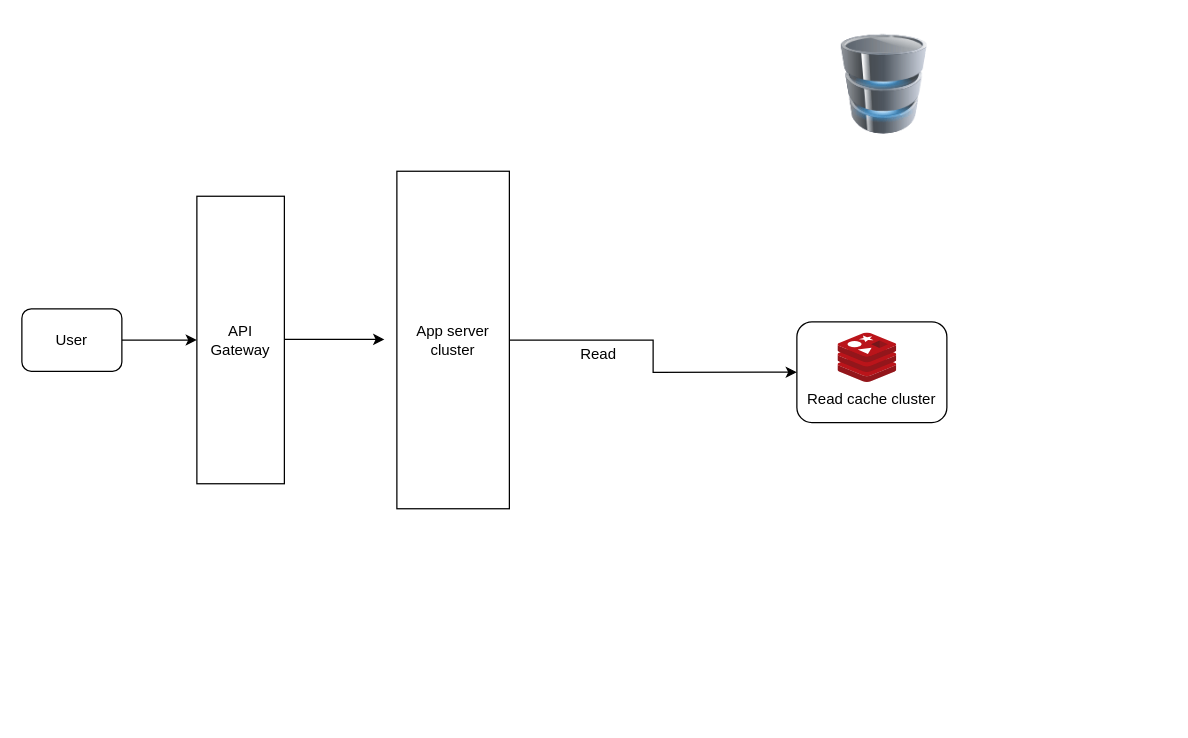
vshkr99/lld-hld-diagrams keeps this draw.io diagram as hld/pastebin.drawio. Above is the earlier version. Source tidied: cells renumbered, new cells numbered last; positions are measured from the earlier drawing's top-left corner, leaving out a move shared by most shapes. Both pictures are drawn from the tidied source at 125%, with x=0, y=0 at pixel (21, 34).
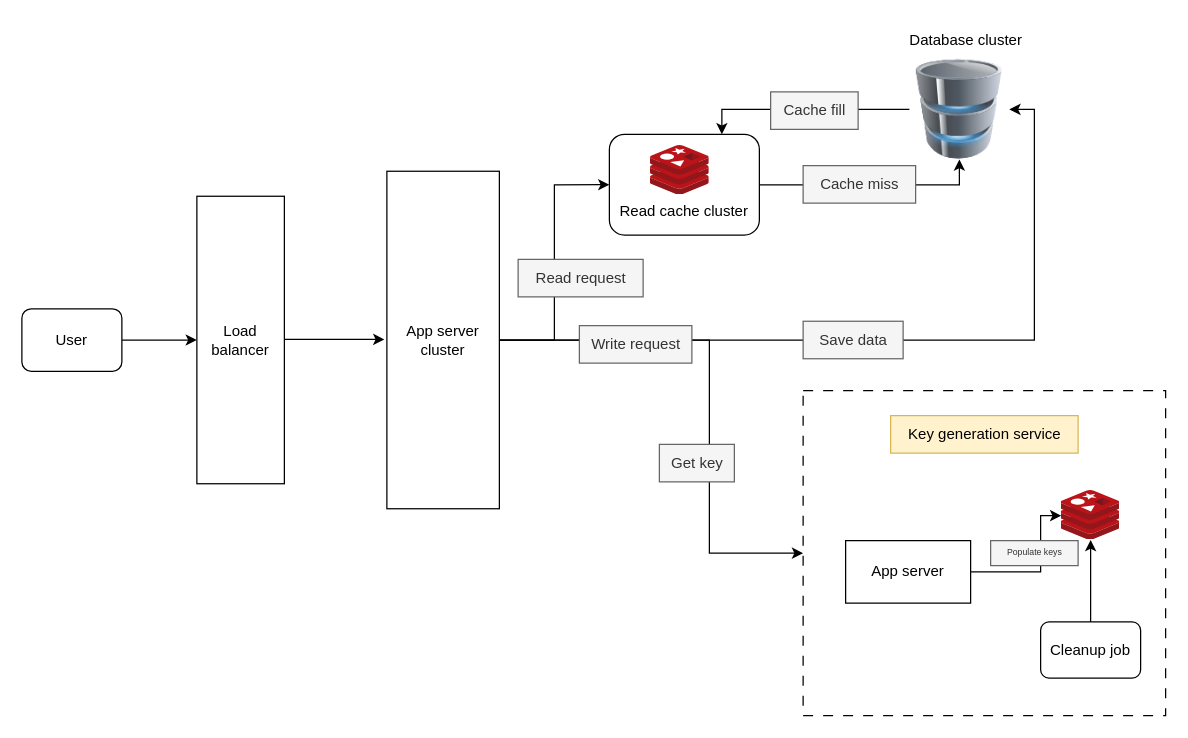
Above is the later version.

Change to the diagram source:
```diff
@@
+    <mxCell id="12" style="edgeStyle=orthogonalEdgeStyle;rounded=0;jettySize=auto;html=1;entryX=0.75;entryY=0;entryDx=0;entryDy=0;" parent="1" edge="1" source="9" target="8">
+      <mxGeometry relative="1" as="geometry" />
+    </mxCell>
@@
-    <mxCell id="5" value="API Gateway" style="rounded=0;whiteSpace=wrap;html=1;" parent="1" vertex="1">
+    <mxCell id="5" value="Load balancer" style="rounded=0;whiteSpace=wrap;html=1;" parent="1" vertex="1">
       <mxGeometry x="140" y="129.5" width="70" height="230" as="geometry" />
     </mxCell>
@@
+    <mxCell id="13" style="edgeStyle=orthogonalEdgeStyle;rounded=0;jettySize=auto;html=1;entryX=0;entryY=0.5;entryDx=0;entryDy=0;" parent="1" edge="1" source="7" target="20">
+      <mxGeometry relative="1" as="geometry">
+        <Array as="points">
+          <mxPoint x="550" y="245" />
+          <mxPoint x="550" y="415" />
+        </Array>
+      </mxGeometry>
+    </mxCell>
+    <mxCell id="14" style="edgeStyle=orthogonalEdgeStyle;rounded=0;jettySize=auto;html=1;entryX=1;entryY=0.5;entryDx=0;entryDy=0;" parent="1" edge="1" source="7" target="9">
+      <mxGeometry relative="1" as="geometry" />
+    </mxCell>
     <mxCell id="7" value="App server cluster" style="rounded=0;whiteSpace=wrap;html=1;" parent="1" vertex="1">
-      <mxGeometry x="300" y="109.5" width="90" height="270" as="geometry" />
+      <mxGeometry x="292" y="109.5" width="90" height="270" as="geometry" />
     </mxCell>
     <mxCell id="8" value="&lt;div&gt;&lt;br&gt;&lt;/div&gt;&lt;div&gt;&lt;br&gt;&lt;/div&gt;&lt;div&gt;&lt;br&gt;&lt;/div&gt;Read cache cluster" style="rounded=1;whiteSpace=wrap;html=1;" parent="1" vertex="1">
-      <mxGeometry x="620" y="230" width="120" height="80.5" as="geometry" />
+      <mxGeometry x="470" y="80" width="120" height="80.5" as="geometry" />
     </mxCell>
     <mxCell id="9" style="image;html=1;image=img/lib/clip_art/computers/Database_128x128.png;" parent="1" vertex="1">
-      <mxGeometry x="650" width="80" height="80" as="geometry" />
+      <mxGeometry x="710" y="20" width="80" height="80" as="geometry" />
     </mxCell>
     <mxCell id="10" style="image;sketch=0;html=1;align=center;fontSize=12;image=img/lib/mscae/Cache_Redis_Product.svg;" parent="1" vertex="1">
-      <mxGeometry x="653" y="239" width="47" height="39.5" as="geometry" />
+      <mxGeometry x="503" y="89" width="47" height="39.5" as="geometry" />
     </mxCell>
-    <mxCell id="11" value="Read" style="text;html=1;align=center;verticalAlign=middle;strokeColor=none;fillColor=none;" parent="1" vertex="1">
-      <mxGeometry x="436" y="240.5" width="50" height="30" as="geometry" />
-    </mxCell>
+    <mxCell id="15" value="Database cluster" style="text;html=1;align=center;verticalAlign=middle;strokeColor=none;fillColor=none;" parent="1" vertex="1">
+      <mxGeometry x="700" y="-10" width="110" height="30" as="geometry" />
+    </mxCell>
+    <mxCell id="16" value="Read request" style="text;html=1;align=center;verticalAlign=middle;fillColor=#f5f5f5;fontColor=#333333;strokeColor=#666666;" parent="1" vertex="1">
+      <mxGeometry x="397" y="180" width="100" height="30" as="geometry" />
+    </mxCell>
+    <mxCell id="17" style="rounded=0;jettySize=auto;html=1;entryX=0.5;entryY=1;entryDx=0;entryDy=0;edgeStyle=orthogonalEdgeStyle;" parent="1" edge="1" source="8" target="9">
+      <mxGeometry relative="1" as="geometry" />
+    </mxCell>
+    <mxCell id="18" value="Cache miss" style="text;html=1;align=center;verticalAlign=middle;strokeColor=#666666;fillColor=#f5f5f5;fontColor=#333333;" parent="1" vertex="1">
+      <mxGeometry x="625" y="105" width="90" height="30" as="geometry" />
+    </mxCell>
+    <mxCell id="19" value="Cache fill" style="text;html=1;align=center;verticalAlign=middle;strokeColor=#666666;fillColor=#f5f5f5;fontColor=#333333;" parent="1" vertex="1">
+      <mxGeometry x="599" y="46" width="70" height="30" as="geometry" />
+    </mxCell>
+    <mxCell id="20" style="whiteSpace=wrap;html=1;dashed=1;dashPattern=8 8;" parent="1" vertex="1">
+      <mxGeometry x="625" y="285" width="290" height="260" as="geometry" />
+    </mxCell>
+    <mxCell id="21" style="image;sketch=0;html=1;points=[];align=center;fontSize=12;image=img/lib/mscae/Cache_Redis_Product.svg;" parent="1" vertex="1">
+      <mxGeometry x="831.5" y="365" width="47" height="39.5" as="geometry" />
+    </mxCell>
+    <mxCell id="22" value="Key generation service" style="text;html=1;align=center;verticalAlign=middle;strokeColor=#d6b656;fillColor=#fff2cc;" parent="1" vertex="1">
+      <mxGeometry x="695" y="305" width="150" height="30" as="geometry" />
+    </mxCell>
+    <mxCell id="23" style="edgeStyle=orthogonalEdgeStyle;rounded=0;jettySize=auto;html=1;" parent="1" edge="1" source="24" target="21">
+      <mxGeometry relative="1" as="geometry">
+        <Array as="points">
+          <mxPoint x="815" y="430" />
+          <mxPoint x="815" y="385" />
+        </Array>
+      </mxGeometry>
+    </mxCell>
+    <mxCell id="24" value="App server" style="rounded=0;whiteSpace=wrap;html=1;" parent="1" vertex="1">
+      <mxGeometry x="659" y="405" width="100" height="50" as="geometry" />
+    </mxCell>
+    <mxCell id="25" style="edgeStyle=orthogonalEdgeStyle;rounded=0;jettySize=auto;html=1;" parent="1" edge="1" source="26" target="21">
+      <mxGeometry relative="1" as="geometry" />
+    </mxCell>
+    <mxCell id="26" value="Cleanup job" style="rounded=1;whiteSpace=wrap;html=1;" parent="1" vertex="1">
+      <mxGeometry x="815" y="470" width="80" height="45" as="geometry" />
+    </mxCell>
+    <mxCell id="27" value="Populate keys" style="text;html=1;align=center;verticalAlign=middle;strokeColor=#666666;fillColor=#f5f5f5;fontSize=7;fontColor=#333333;" parent="1" vertex="1">
+      <mxGeometry x="775" y="405" width="70" height="20" as="geometry" />
+    </mxCell>
+    <mxCell id="28" value="Write request" style="text;html=1;align=center;verticalAlign=middle;fillColor=#f5f5f5;fontColor=#333333;strokeColor=#666666;" parent="1" vertex="1">
+      <mxGeometry x="446" y="233" width="90" height="30" as="geometry" />
+    </mxCell>
+    <mxCell id="29" value="Get key" style="text;html=1;align=center;verticalAlign=middle;strokeColor=#666666;fillColor=#f5f5f5;fontColor=#333333;" parent="1" vertex="1">
+      <mxGeometry x="510" y="328" width="60" height="30" as="geometry" />
+    </mxCell>
+    <mxCell id="30" value="Save data" style="text;html=1;align=center;verticalAlign=middle;strokeColor=#666666;fillColor=#f5f5f5;fontColor=#333333;" parent="1" vertex="1">
+      <mxGeometry x="625" y="229.5" width="80" height="30" as="geometry" />
+    </mxCell>
```
